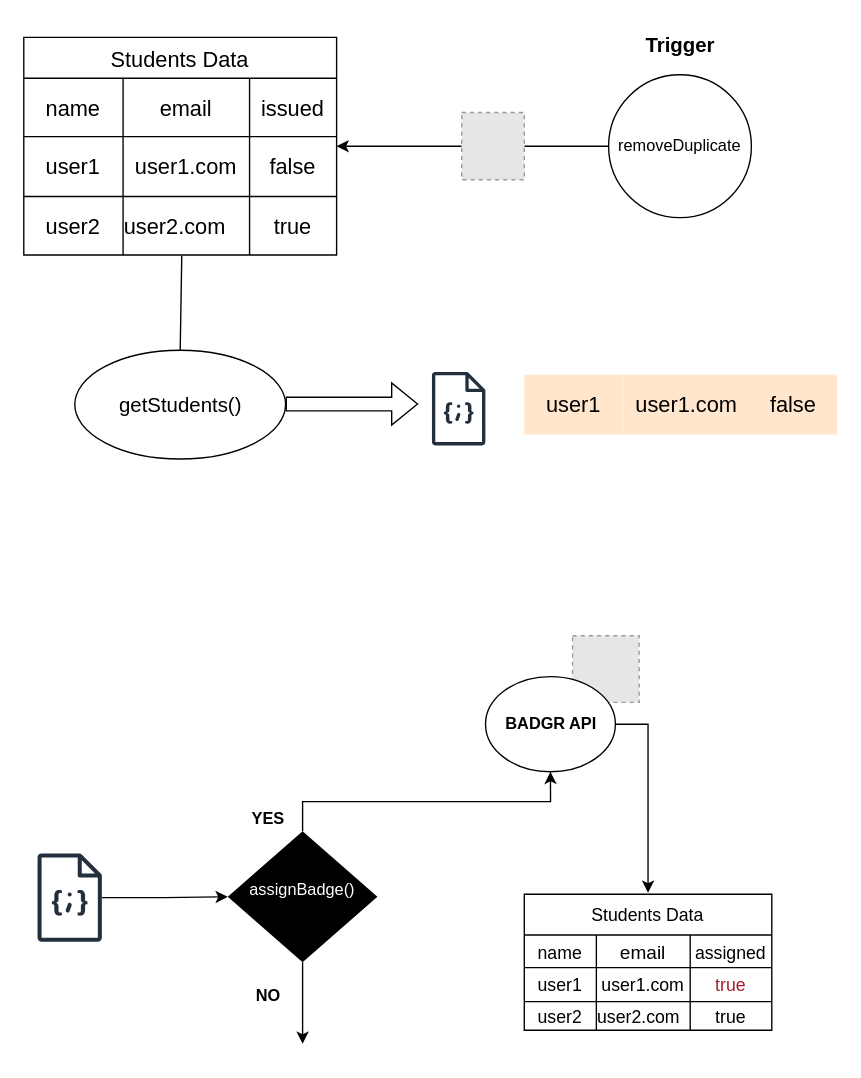
This is page "Page-1" (1 of 3) of Untitled Diagram.drawio from AQIB-NAWAB/The-Final-Game, a draw.io file, before an edit. Source tidied: cells renumbered, new cells numbered last; positions are measured from the earlier drawing's top-left corner, leaving out a move shared by most shapes. Both pictures are drawn from the tidied source at 136%, with x=0, y=0 at pixel (23, 23). Pictures stored in the file or linked from it are replaced by grey dashed boxes.
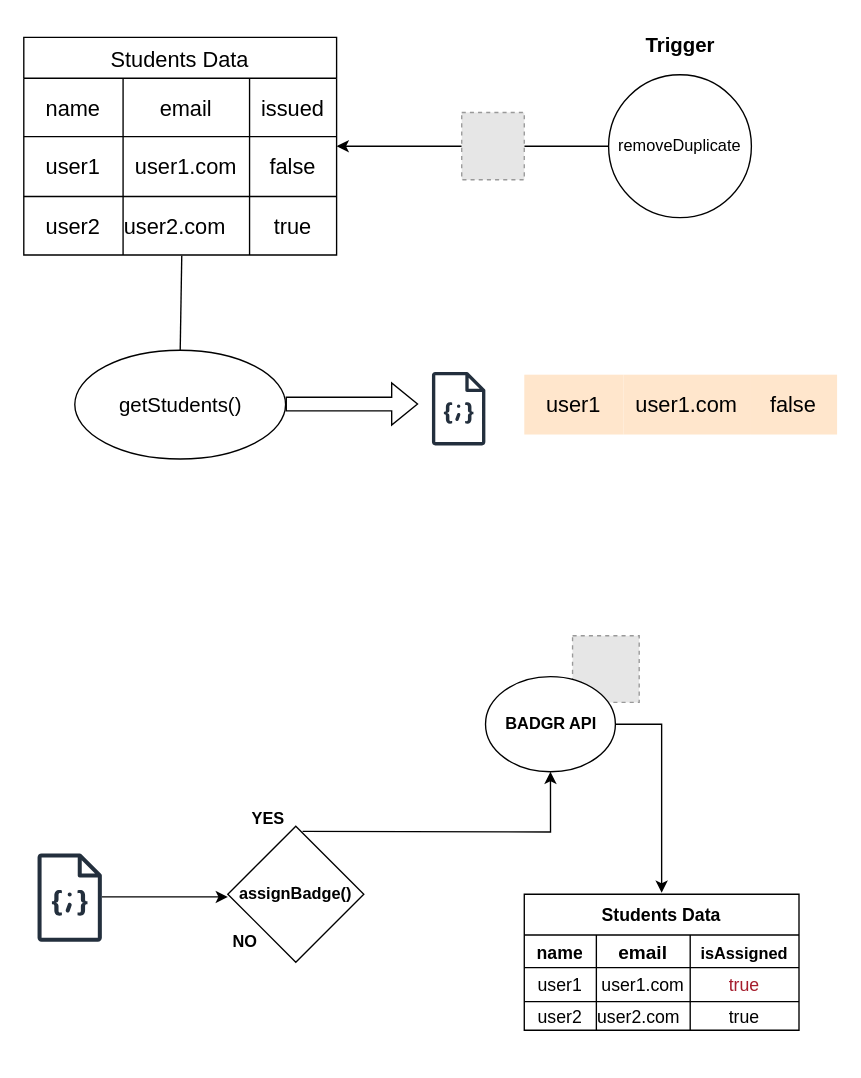
After the change.

Unchanged cells that the change refers to:
```xml
<mxCell id="24" style="sketch=0;outlineConnect=0;fontColor=#232F3E;gradientColor=none;fillColor=#232F3D;strokeColor=none;dashed=0;verticalLabelPosition=bottom;verticalAlign=top;align=center;html=1;fontSize=12;fontStyle=0;shape=mxgraph.aws4.json_script;" parent="1" vertex="1">
  <mxGeometry x="10" y="610" width="47.5" height="65" as="geometry" />
</mxCell>
<mxCell id="36" value="&lt;b&gt;BADGR API&lt;/b&gt;" style="ellipse;whiteSpace=wrap;html=1;" parent="1" vertex="1">
  <mxGeometry x="339.5" y="480" width="95.5" height="70" as="geometry" />
</mxCell>
```

What changed in the source:
```diff
@@
-    <mxCell id="23" style="edgeStyle=orthogonalEdgeStyle;rounded=0;jettySize=auto;html=1;" parent="1" edge="1" source="24" target="32">
-      <mxGeometry relative="1" as="geometry" />
+    <mxCell id="23" style="edgeStyle=orthogonalEdgeStyle;rounded=0;jettySize=auto;html=1;" parent="1" edge="1" source="24">
+      <mxGeometry relative="1" as="geometry">
+        <mxPoint x="150.1" y="642" as="targetPoint" />
+      </mxGeometry>
     </mxCell>
@@
-    <mxCell id="30" style="edgeStyle=orthogonalEdgeStyle;rounded=0;jettySize=auto;html=1;exitX=0.5;exitY=0;exitDx=0;exitDy=0;entryX=0.5;entryY=1;entryDx=0;entryDy=0;" parent="1" edge="1" source="32" target="36">
-      <mxGeometry relative="1" as="geometry" />
+    <mxCell id="30" style="edgeStyle=orthogonalEdgeStyle;rounded=0;jettySize=auto;html=1;exitX=0.5;exitY=0;exitDx=0;exitDy=0;entryX=0.5;entryY=1;entryDx=0;entryDy=0;" parent="1" edge="1" target="36">
+      <mxGeometry relative="1" as="geometry">
+        <mxPoint x="205" y="593.8" as="sourcePoint" />
+      </mxGeometry>
     </mxCell>
-    <mxCell id="31" style="edgeStyle=orthogonalEdgeStyle;rounded=0;jettySize=auto;html=1;" parent="1" edge="1" source="32">
-      <mxGeometry relative="1" as="geometry">
-        <mxPoint x="205" y="750" as="targetPoint" />
-      </mxGeometry>
-    </mxCell>
-    <mxCell id="32" value="&lt;br&gt;&lt;br&gt;assignBadge()" style="rhombus;whiteSpace=wrap;html=1;verticalAlign=top;fillColor=#000000;strokeColor=none;fontColor=#FFFFFF;sketch=0;gradientColor=default;dashed=0;fontStyle=0;" parent="1" vertex="1">
-      <mxGeometry x="150" y="593.8" width="110" height="96.2" as="geometry" />
-    </mxCell>
@@
     <mxCell id="34" value="&lt;b&gt;NO&lt;/b&gt;" style="text;strokeColor=none;align=center;fillColor=none;html=1;verticalAlign=middle;whiteSpace=wrap;rounded=0;" parent="1" vertex="1">
-      <mxGeometry x="150" y="700" width="60" height="30" as="geometry" />
+      <mxGeometry x="132.5" y="660" width="60" height="30" as="geometry" />
     </mxCell>
@@
-    <mxCell id="37" value="Students Data" style="shape=table;startSize=30;childLayout=tableLayout;strokeColor=default;fontSize=13;gradientColor=none;perimeterSpacing=1;" parent="1" vertex="1">
-      <mxGeometry x="368" y="640" width="182" height="100" as="geometry" />
+    <mxCell id="37" value="Students Data" style="shape=table;startSize=30;childLayout=tableLayout;strokeColor=default;fontSize=13;gradientColor=none;perimeterSpacing=1;fontStyle=1;" parent="1" vertex="1">
+      <mxGeometry x="368" y="640" width="202" height="100" as="geometry" />
     </mxCell>
     <mxCell id="38" style="shape=tableRow;horizontal=0;startSize=0;swimlaneHead=0;swimlaneBody=0;strokeColor=inherit;top=0;left=0;bottom=0;right=0;fillColor=none;fontSize=16;" parent="37" vertex="1">
-      <mxGeometry y="30" width="182" height="24" as="geometry" />
+      <mxGeometry y="30" width="202" height="24" as="geometry" />
     </mxCell>
-    <mxCell id="39" value="&lt;font style=&quot;font-size: 13px;&quot;&gt;name&lt;/font&gt;" style="shape=partialRectangle;html=1;whiteSpace=wrap;strokeColor=inherit;overflow=hidden;fillColor=none;top=0;left=0;bottom=0;right=0;fontSize=16;" parent="38" vertex="1">
+    <mxCell id="39" value="&lt;b&gt;&lt;font style=&quot;font-size: 13px;&quot;&gt;name&lt;/font&gt;&lt;/b&gt;" style="shape=partialRectangle;html=1;whiteSpace=wrap;strokeColor=inherit;overflow=hidden;fillColor=none;top=0;left=0;bottom=0;right=0;fontSize=16;" parent="38" vertex="1">
       <mxGeometry width="53" height="24" as="geometry" />
     </mxCell>
-    <mxCell id="40" value="&lt;font style=&quot;font-size: 14px;&quot;&gt;email&lt;/font&gt;" style="shape=partialRectangle;html=1;whiteSpace=wrap;strokeColor=inherit;overflow=hidden;fillColor=none;top=0;left=0;bottom=0;right=0;fontSize=16;" parent="38" vertex="1">
+    <mxCell id="40" value="&lt;b&gt;&lt;font style=&quot;font-size: 14px;&quot;&gt;email&lt;/font&gt;&lt;/b&gt;" style="shape=partialRectangle;html=1;whiteSpace=wrap;strokeColor=inherit;overflow=hidden;fillColor=none;top=0;left=0;bottom=0;right=0;fontSize=16;" parent="38" vertex="1">
       <mxGeometry x="53" width="69" height="24" as="geometry" />
     </mxCell>
-    <mxCell id="41" value="&lt;font style=&quot;font-size: 13px;&quot;&gt;assigned&lt;/font&gt;" style="shape=partialRectangle;html=1;whiteSpace=wrap;strokeColor=inherit;overflow=hidden;fillColor=none;top=0;left=0;bottom=0;right=0;fontSize=16;" parent="38" vertex="1">
-      <mxGeometry x="122" width="60" height="24" as="geometry" />
+    <mxCell id="41" value="&lt;b&gt;&lt;font style=&quot;font-size: 12px;&quot;&gt;isAssigned&lt;/font&gt;&lt;/b&gt;" style="shape=partialRectangle;html=1;whiteSpace=wrap;strokeColor=inherit;overflow=hidden;fillColor=none;top=0;left=0;bottom=0;right=0;fontSize=16;" parent="38" vertex="1">
+      <mxGeometry x="122" width="80" height="24" as="geometry" />
     </mxCell>
     <mxCell id="42" style="shape=tableRow;horizontal=0;startSize=0;swimlaneHead=0;swimlaneBody=0;strokeColor=inherit;top=0;left=0;bottom=0;right=0;fillColor=none;fontSize=16;" parent="37" vertex="1">
-      <mxGeometry y="54" width="182" height="25" as="geometry" />
+      <mxGeometry y="54" width="202" height="25" as="geometry" />
     </mxCell>
@@
     <mxCell id="45" value="&lt;span style=&quot;color: light-dark(rgb(165, 29, 45), rgb(237, 237, 237));&quot;&gt;true&lt;/span&gt;" style="shape=partialRectangle;html=1;whiteSpace=wrap;strokeColor=inherit;overflow=hidden;fillColor=none;top=0;left=0;bottom=0;right=0;fontSize=13;labelBackgroundColor=none;" parent="42" vertex="1">
-      <mxGeometry x="122" width="60" height="25" as="geometry" />
+      <mxGeometry x="122" width="80" height="25" as="geometry" />
     </mxCell>
     <mxCell id="46" style="shape=tableRow;horizontal=0;startSize=0;swimlaneHead=0;swimlaneBody=0;strokeColor=inherit;top=0;left=0;bottom=0;right=0;fillColor=none;fontSize=16;" parent="37" vertex="1">
-      <mxGeometry y="79" width="182" height="21" as="geometry" />
+      <mxGeometry y="79" width="202" height="21" as="geometry" />
     </mxCell>
@@
     <mxCell id="49" value="true" style="shape=partialRectangle;html=1;whiteSpace=wrap;strokeColor=inherit;overflow=hidden;fillColor=none;top=0;left=0;bottom=0;right=0;fontSize=13;" parent="46" vertex="1">
-      <mxGeometry x="122" width="60" height="21" as="geometry" />
+      <mxGeometry x="122" width="80" height="21" as="geometry" />
     </mxCell>
+    <mxCell id="32" value="&lt;b&gt;assignBadge()&lt;/b&gt;" style="rhombus;whiteSpace=wrap;html=1;" parent="1" vertex="1">
+      <mxGeometry x="150" y="590" width="100" height="100" as="geometry" />
+    </mxCell>
```
